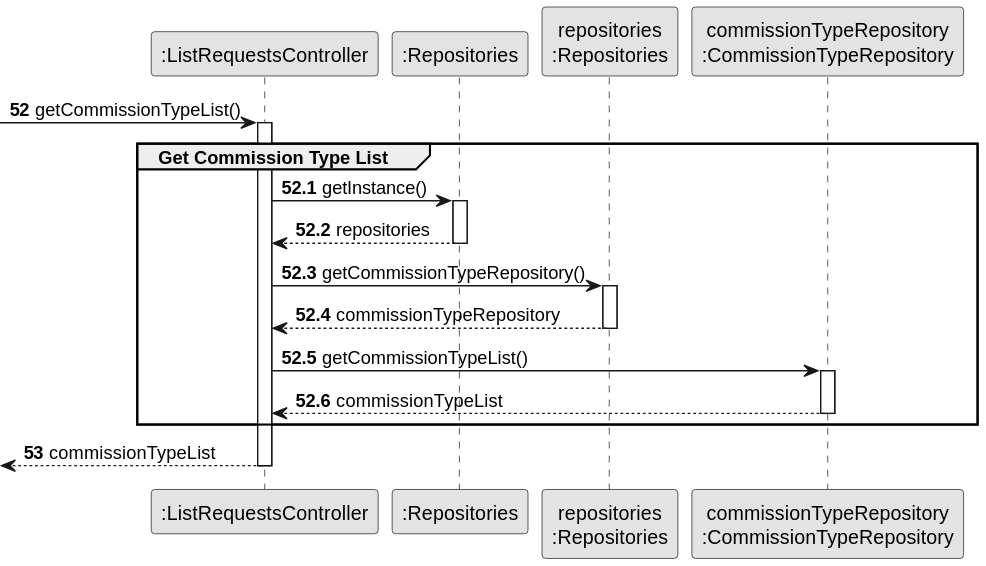
Earlier version of the PlantUML export docs/sprintC/us008/03.design/svg/us008-sequence-diagram-partial-get-commission-type-list.svg (rita-barbosa/LAPR2-2223). Its diagram source:
```plantuml
@startuml
skinparam monochrome true
skinparam packageStyle rectangle
skinparam shadowing false

autonumber


participant ":ListRequestsController" as CTRL
participant ":Repositories" as RepositorySingleton
participant "repositories\n:Repositories" as PLAT
participant "commissionTypeRepository\n:CommissionTypeRepository" as CommissionTypeRepository


autonumber 52

            -> CTRL :  getCommissionTypeList()
            activate CTRL

autonumber 52.1

    group Get Commission Type List

                CTRL -> RepositorySingleton : getInstance()
                activate RepositorySingleton

                    RepositorySingleton --> CTRL: repositories
                deactivate RepositorySingleton

                CTRL -> PLAT : getCommissionTypeRepository()
                activate PLAT

                    PLAT --> CTRL: commissionTypeRepository
                deactivate PLAT

                CTRL -> CommissionTypeRepository : getCommissionTypeList()
                activate CommissionTypeRepository

                CommissionTypeRepository --> CTRL : commissionTypeList
                deactivate CommissionTypeRepository

    end

autonumber 53

    <-- CTRL : commissionTypeList
    deactivate CTRL
@enduml
```
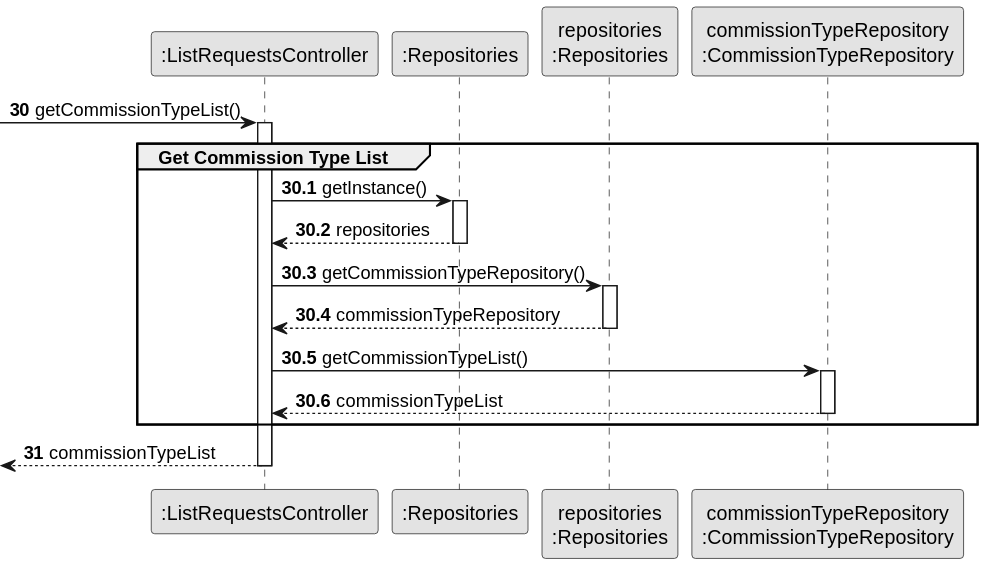
Above is the later version.

What changed in the source:
```diff
@@ -12,12 +12,12 @@
 participant "commissionTypeRepository\n:CommissionTypeRepository" as CommissionTypeRepository
 
 
-autonumber 52
+autonumber 30
 
             -> CTRL :  getCommissionTypeList()
             activate CTRL
 
-autonumber 52.1
+autonumber 30.1
 
     group Get Commission Type List
 
@@ -41,7 +41,7 @@
 
     end
 
-autonumber 53
+autonumber 31
 
     <-- CTRL : commissionTypeList
     deactivate CTRL
```
